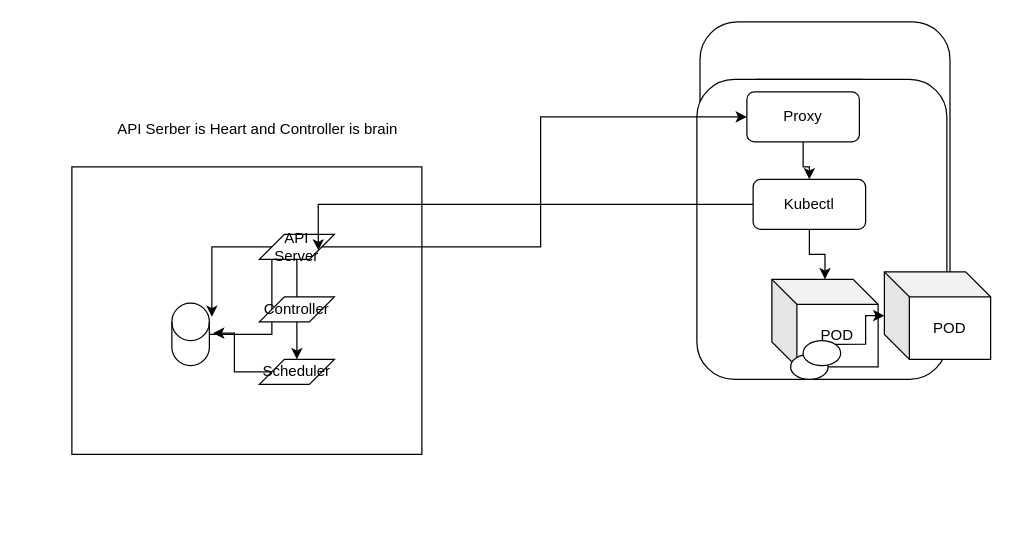
The draw.io diagram Kuberntese.drawio in anantwag19/Workspace, before the edit. Source tidied: cells renumbered, new cells numbered last; positions are measured from the earlier drawing's top-left corner, leaving out a move shared by most shapes. Both pictures are drawn from the tidied source at 125%, with x=0, y=0 at pixel (71, 21).
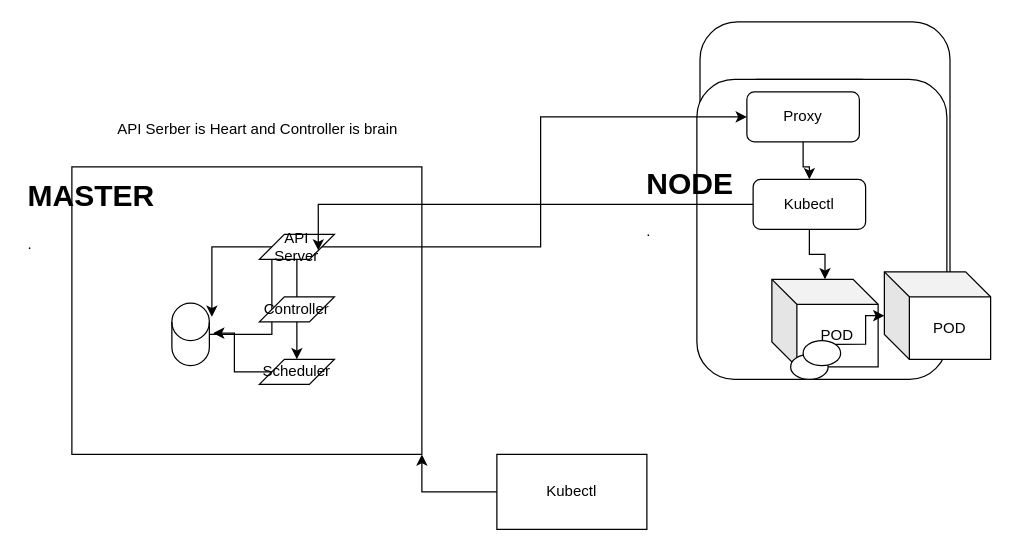
Above is the later version.

The change refers to these unchanged cells:
```xml
<mxCell id="3" style="rounded=0;whiteSpace=wrap;html=1;" parent="1" vertex="1">
  <mxGeometry y="116" width="280" height="230" as="geometry" />
</mxCell>
```

The edit, as a diff of the source:
```diff
@@
+    <mxCell id="27" style="edgeStyle=orthogonalEdgeStyle;rounded=0;jettySize=auto;html=1;entryX=1;entryY=1;entryDx=0;entryDy=0;" parent="1" edge="1" source="28" target="3">
+      <mxGeometry relative="1" as="geometry" />
+    </mxCell>
+    <mxCell id="28" value="Kubectl" style="rounded=0;whiteSpace=wrap;html=1;" parent="1" vertex="1">
+      <mxGeometry x="340" y="346" width="120" height="60" as="geometry" />
+    </mxCell>
+    <mxCell id="29" value="&lt;br&gt;&lt;h1&gt;MASTER &lt;br&gt;&lt;/h1&gt;&lt;p&gt;.&lt;/p&gt;" style="text;html=1;strokeColor=none;fillColor=none;spacing=5;spacingTop=-20;whiteSpace=wrap;overflow=hidden;rounded=0;" parent="1" vertex="1">
+      <mxGeometry x="-40" y="106" width="190" height="120" as="geometry" />
+    </mxCell>
+    <mxCell id="30" value="&lt;br&gt;&lt;h1&gt;NODE &lt;br&gt;&lt;/h1&gt;&lt;p&gt;.&lt;/p&gt;" style="text;html=1;strokeColor=none;fillColor=none;spacing=5;spacingTop=-20;whiteSpace=wrap;overflow=hidden;rounded=0;" parent="1" vertex="1">
+      <mxGeometry x="455" y="96" width="190" height="120" as="geometry" />
+    </mxCell>
```
